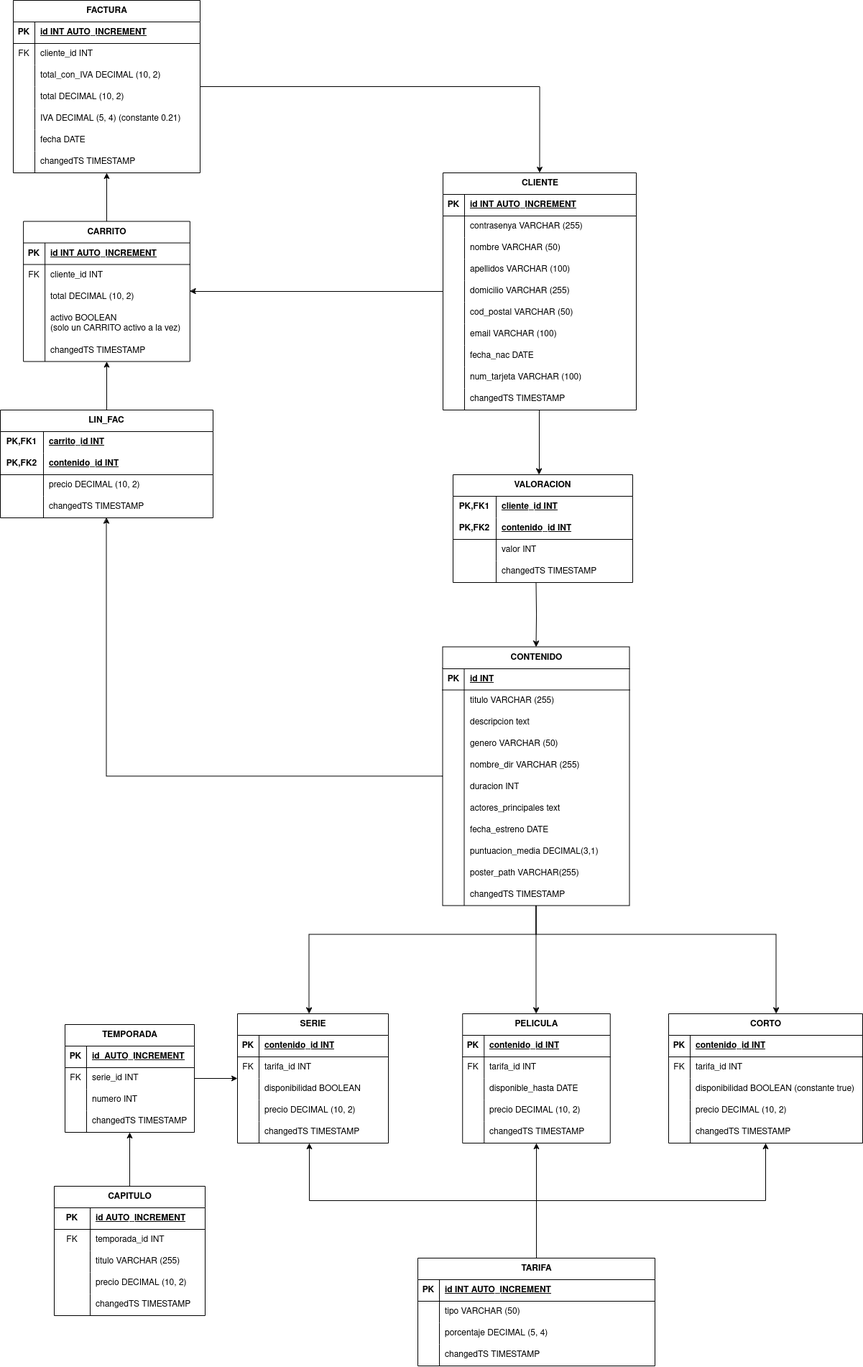
This is MIRAVEREDA_v4.png from Andrii-Lit/Miravereda24-25, a draw.io export, as it was before one commit. Source tidied: cells renumbered, new cells last; positions are measured from the earlier drawing's top-left corner, leaving out a move shared by most shapes.
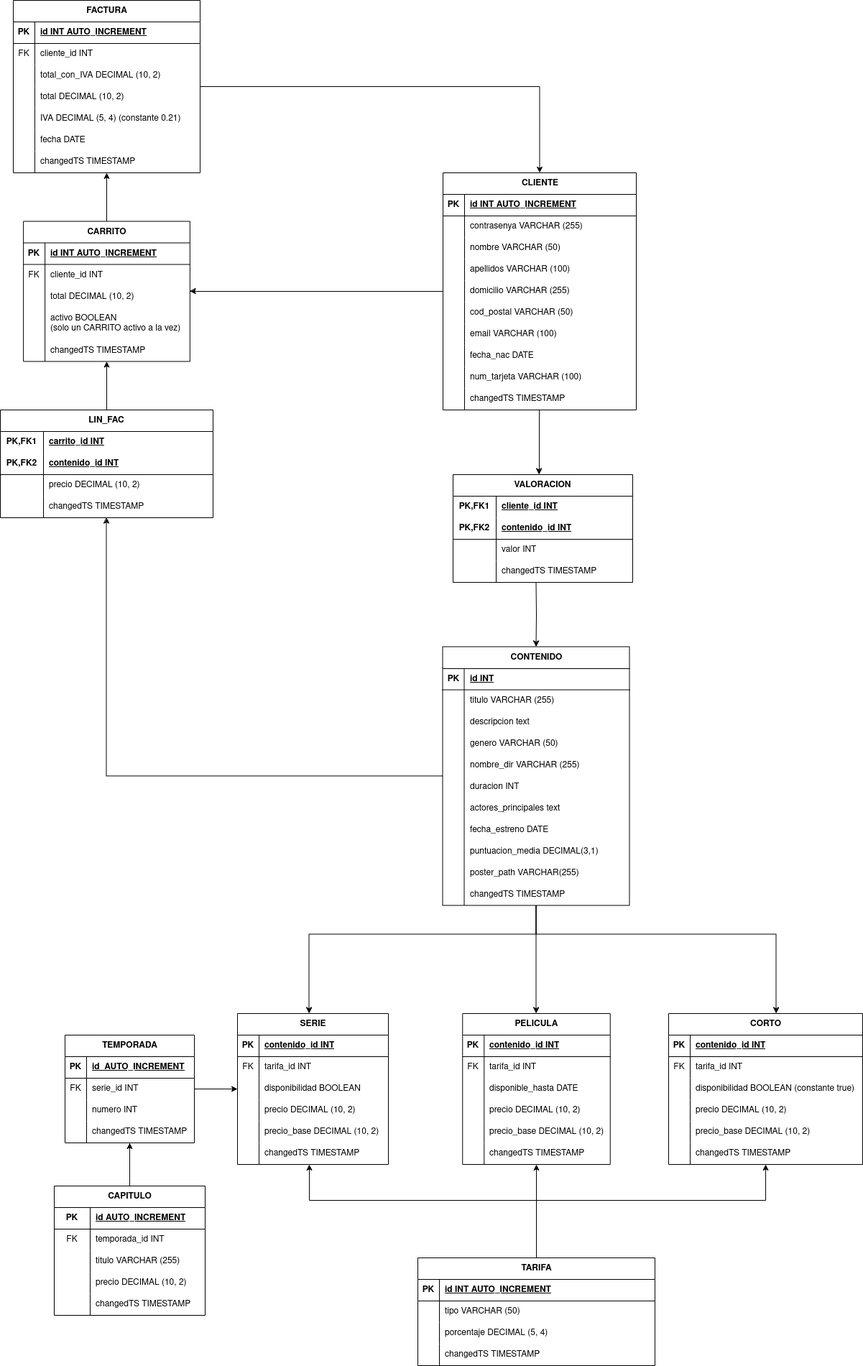
After the change.

Commit message:
añadido precio_base

Diff of the diagram source:
```diff
@@ -323,7 +323,7 @@
       <mxGeometry x="50" width="160" height="30" as="geometry" />
     </mxCell>
     <mxCell id="104" value="SERIE" style="shape=table;startSize=30;rowLines=0;fontStyle=1;align=center;html=1;" parent="1" vertex="1">
-      <mxGeometry x="330" y="1410" width="210" height="180" as="geometry" />
+      <mxGeometry x="330" y="1410" width="210" height="210" as="geometry" />
     </mxCell>
     <mxCell id="105" style="shape=tableRow;horizontal=0;startSize=0;swimlaneHead=0;swimlaneBody=0;fillColor=none;top=0;left=0;right=0;bottom=1;" parent="104" vertex="1">
       <mxGeometry y="30" width="210" height="30" as="geometry" />
@@ -367,11 +367,20 @@
     <mxCell id="118" style="shape=partialRectangle;fillColor=none;top=0;left=0;bottom=0;right=0;overflow=hidden;whiteSpace=wrap;html=1;" parent="117" vertex="1">
       <mxGeometry width="30" height="30" as="geometry" />
     </mxCell>
-    <mxCell id="119" value="changedTS TIMESTAMP" style="shape=partialRectangle;fillColor=none;top=0;left=0;bottom=0;right=0;align=left;spacingLeft=6;overflow=hidden;whiteSpace=wrap;html=1;" parent="117" vertex="1">
+    <mxCell id="119" value="precio_base DECIMAL (10, 2)" style="shape=partialRectangle;fillColor=none;top=0;left=0;bottom=0;right=0;align=left;spacingLeft=6;overflow=hidden;whiteSpace=wrap;html=1;" parent="117" vertex="1">
       <mxGeometry x="30" width="180" height="30" as="geometry" />
     </mxCell>
+    <mxCell id="236" style="shape=tableRow;horizontal=0;startSize=0;swimlaneHead=0;swimlaneBody=0;fillColor=none;top=0;left=0;right=0;bottom=0;" parent="104" vertex="1">
+      <mxGeometry y="180" width="210" height="30" as="geometry" />
+    </mxCell>
+    <mxCell id="237" style="shape=partialRectangle;fillColor=none;top=0;left=0;bottom=0;right=0;overflow=hidden;whiteSpace=wrap;html=1;" parent="236" vertex="1">
+      <mxGeometry width="30" height="30" as="geometry" />
+    </mxCell>
+    <mxCell id="238" value="changedTS TIMESTAMP" style="shape=partialRectangle;fillColor=none;top=0;left=0;bottom=0;right=0;align=left;spacingLeft=6;overflow=hidden;whiteSpace=wrap;html=1;" parent="236" vertex="1">
+      <mxGeometry x="30" width="180" height="30" as="geometry" />
+    </mxCell>
     <mxCell id="120" value="PELICULA" style="shape=table;startSize=30;rowLines=0;fontStyle=1;align=center;html=1;" parent="1" vertex="1">
-      <mxGeometry x="643.2" y="1410" width="205.5" height="180" as="geometry" />
+      <mxGeometry x="643.2" y="1410" width="205.5" height="210" as="geometry" />
     </mxCell>
     <mxCell id="121" style="shape=tableRow;horizontal=0;startSize=0;swimlaneHead=0;swimlaneBody=0;fillColor=none;top=0;left=0;right=0;bottom=1;" parent="120" vertex="1">
       <mxGeometry y="30" width="205.5" height="30" as="geometry" />
@@ -415,11 +424,20 @@
     <mxCell id="134" style="shape=partialRectangle;fillColor=none;top=0;left=0;bottom=0;right=0;overflow=hidden;whiteSpace=wrap;html=1;" parent="133" vertex="1">
       <mxGeometry width="30" height="30" as="geometry" />
     </mxCell>
-    <mxCell id="135" value="changedTS TIMESTAMP" style="shape=partialRectangle;fillColor=none;top=0;left=0;bottom=0;right=0;align=left;spacingLeft=6;overflow=hidden;whiteSpace=wrap;html=1;" parent="133" vertex="1">
+    <mxCell id="135" value="precio_base DECIMAL (10, 2)" style="shape=partialRectangle;fillColor=none;top=0;left=0;bottom=0;right=0;align=left;spacingLeft=6;overflow=hidden;whiteSpace=wrap;html=1;" parent="133" vertex="1">
       <mxGeometry x="30" width="175.5" height="30" as="geometry" />
     </mxCell>
+    <mxCell id="239" style="shape=tableRow;horizontal=0;startSize=0;swimlaneHead=0;swimlaneBody=0;fillColor=none;top=0;left=0;right=0;bottom=0;" parent="120" vertex="1">
+      <mxGeometry y="180" width="205.5" height="30" as="geometry" />
+    </mxCell>
+    <mxCell id="240" style="shape=partialRectangle;fillColor=none;top=0;left=0;bottom=0;right=0;overflow=hidden;whiteSpace=wrap;html=1;" parent="239" vertex="1">
+      <mxGeometry width="30" height="30" as="geometry" />
+    </mxCell>
+    <mxCell id="241" value="changedTS TIMESTAMP" style="shape=partialRectangle;fillColor=none;top=0;left=0;bottom=0;right=0;align=left;spacingLeft=6;overflow=hidden;whiteSpace=wrap;html=1;" parent="239" vertex="1">
+      <mxGeometry x="30" width="175.5" height="30" as="geometry" />
+    </mxCell>
     <mxCell id="136" value="CORTO" style="shape=table;startSize=30;rowLines=0;fontStyle=1;align=center;html=1;" parent="1" vertex="1">
-      <mxGeometry x="930" y="1410" width="270" height="180" as="geometry" />
+      <mxGeometry x="930" y="1410" width="270" height="210" as="geometry" />
     </mxCell>
     <mxCell id="137" style="shape=tableRow;horizontal=0;startSize=0;swimlaneHead=0;swimlaneBody=0;fillColor=none;top=0;left=0;right=0;bottom=1;" parent="136" vertex="1">
       <mxGeometry y="30" width="270" height="30" as="geometry" />
@@ -463,9 +481,18 @@
     <mxCell id="150" style="shape=partialRectangle;fillColor=none;top=0;left=0;bottom=0;right=0;overflow=hidden;whiteSpace=wrap;html=1;" parent="149" vertex="1">
       <mxGeometry width="30" height="30" as="geometry" />
     </mxCell>
-    <mxCell id="151" value="changedTS TIMESTAMP" style="shape=partialRectangle;fillColor=none;top=0;left=0;bottom=0;right=0;align=left;spacingLeft=6;overflow=hidden;whiteSpace=wrap;html=1;" parent="149" vertex="1">
+    <mxCell id="151" value="precio_base DECIMAL (10, 2)" style="shape=partialRectangle;fillColor=none;top=0;left=0;bottom=0;right=0;align=left;spacingLeft=6;overflow=hidden;whiteSpace=wrap;html=1;" parent="149" vertex="1">
       <mxGeometry x="30" width="240" height="30" as="geometry" />
     </mxCell>
+    <mxCell id="242" style="shape=tableRow;horizontal=0;startSize=0;swimlaneHead=0;swimlaneBody=0;fillColor=none;top=0;left=0;right=0;bottom=0;" parent="136" vertex="1">
+      <mxGeometry y="180" width="270" height="30" as="geometry" />
+    </mxCell>
+    <mxCell id="243" style="shape=partialRectangle;fillColor=none;top=0;left=0;bottom=0;right=0;overflow=hidden;whiteSpace=wrap;html=1;" parent="242" vertex="1">
+      <mxGeometry width="30" height="30" as="geometry" />
+    </mxCell>
+    <mxCell id="244" value="changedTS TIMESTAMP" style="shape=partialRectangle;fillColor=none;top=0;left=0;bottom=0;right=0;align=left;spacingLeft=6;overflow=hidden;whiteSpace=wrap;html=1;" parent="242" vertex="1">
+      <mxGeometry x="30" width="240" height="30" as="geometry" />
+    </mxCell>
     <mxCell id="152" style="edgeStyle=orthogonalEdgeStyle;rounded=0;jettySize=auto;html=1;" parent="1" edge="1" source="155" target="120">
       <mxGeometry relative="1" as="geometry" />
     </mxCell>
@@ -690,7 +717,7 @@
       <mxGeometry relative="1" as="geometry" />
     </mxCell>
     <mxCell id="223" value="TEMPORADA" style="shape=table;startSize=30;rowLines=0;fontStyle=1;align=center;html=1;" parent="1" vertex="1">
-      <mxGeometry x="90" y="1425" width="180" height="150" as="geometry" />
+      <mxGeometry x="90" y="1440" width="180" height="150" as="geometry" />
     </mxCell>
     <mxCell id="224" style="shape=tableRow;horizontal=0;startSize=0;swimlaneHead=0;swimlaneBody=0;fillColor=none;top=0;left=0;right=0;bottom=1;" parent="223" vertex="1">
       <mxGeometry y="30" width="180" height="30" as="geometry" />
```
